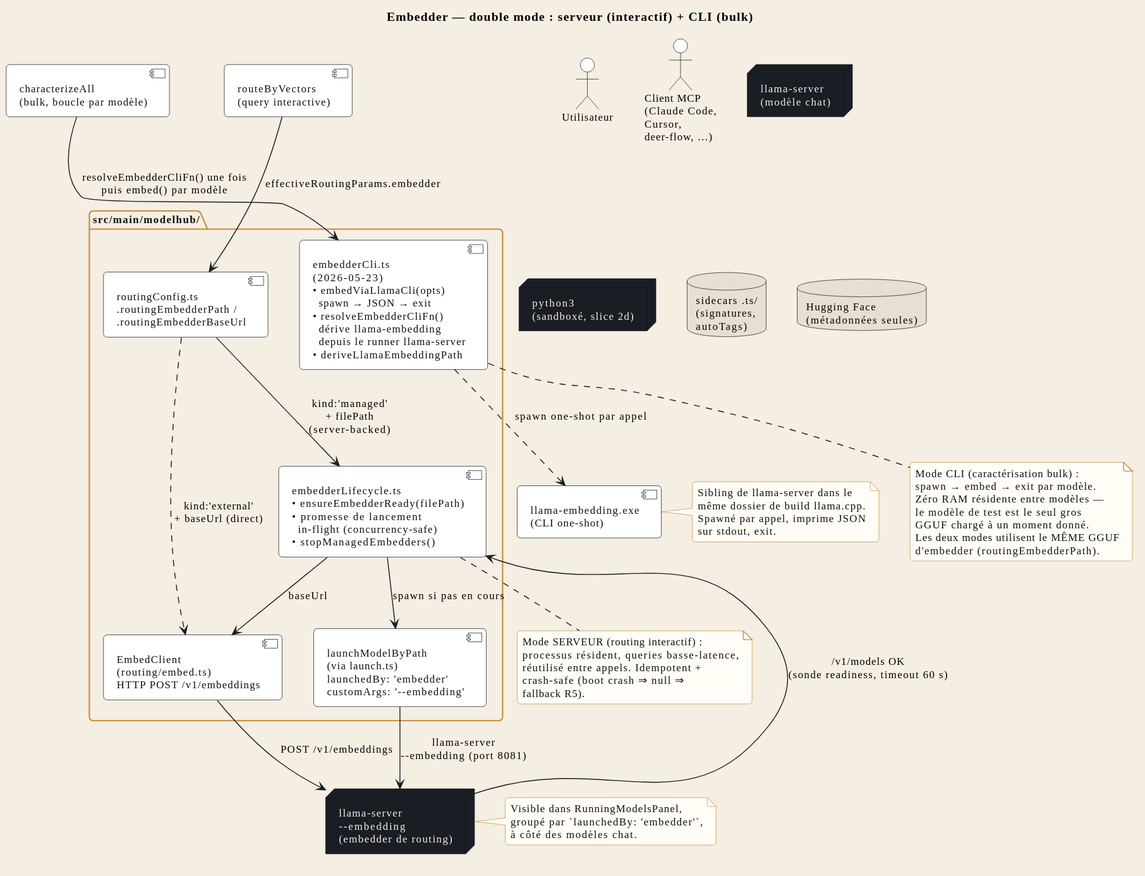
Above: docs/fr/svg/embedder.svg in Syphys/maestria (PlantUML), before the change.
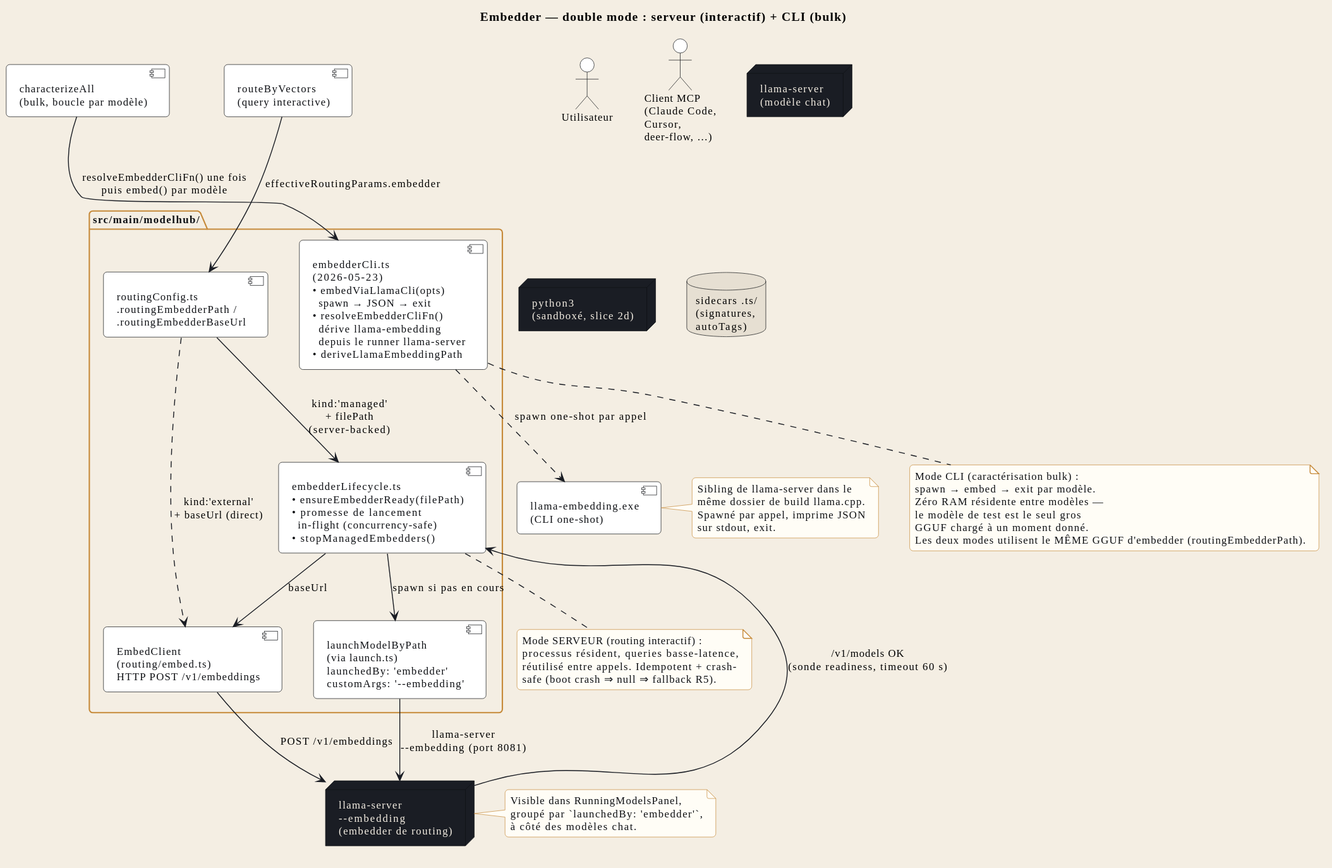
After the change.

The edit, as a diff of the source:
```diff
@@ -2,62 +2,60 @@
 !include ../_includes/style.iuml
 !include ../_includes/actors.iuml
 
-title Embedder — double mode : serveur (interactif) + CLI (bulk)
+title STR_EMBDIA_TITLE
 
 package "src/main/modelhub/" {
-  component "embedderLifecycle.ts\n• ensureEmbedderReady(filePath)\n• promesse de lancement\n  in-flight (concurrency-safe)\n• stopManagedEmbedders()" as EMBED_LC
-  component "embedderCli.ts\n(2026-05-23)\n• embedViaLlamaCli(opts)\n  spawn → JSON → exit\n• resolveEmbedderCliFn()\n  dérive llama-embedding\n  depuis le runner llama-server\n• deriveLlamaEmbeddingPath" as EMBED_CLI
+  component "STR_EMBDIA_EMBED_LC" as EMBED_LC
+  component "STR_EMBDIA_EMBED_CLI" as EMBED_CLI
   component "launchModelByPath\n(via launch.ts)\nlaunchedBy: 'embedder'\ncustomArgs: '--embedding'" as LAUNCH
   component "EmbedClient\n(routing/embed.ts)\nHTTP POST /v1/embeddings" as EMBED_CLIENT
   component "routingConfig.ts\n.routingEmbedderPath /\n.routingEmbedderBaseUrl" as RC
 }
 
-component "characterizeAll\n(bulk, boucle par modèle)" as CHAR_ALL
-component "routeByVectors\n(query interactive)" as ROUTE
+component "STR_EMBDIA_CHAR_ALL" as CHAR_ALL
+component "STR_EMBDIA_ROUTE" as ROUTE
 
-CHAR_ALL --> EMBED_CLI : resolveEmbedderCliFn() une fois\npuis embed() par modèle
+CHAR_ALL --> EMBED_CLI : STR_EMBDIA_REL_CHAR_EMB
 ROUTE --> RC : effectiveRoutingParams.embedder
 
 RC --> EMBED_LC : kind:'managed'\n+ filePath\n(server-backed)
 RC ..> EMBED_CLIENT : kind:'external'\n+ baseUrl (direct)
 
-EMBED_LC --> LAUNCH : spawn si pas en cours
+EMBED_LC --> LAUNCH : STR_EMBDIA_REL_SPAWN_IF
 LAUNCH --> LLAMA_EMBED : llama-server\n--embedding (port 8081)
-LLAMA_EMBED --> EMBED_LC : /v1/models OK\n(sonde readiness, timeout 60 s)
+LLAMA_EMBED --> EMBED_LC : STR_EMBDIA_REL_READY_PROBE
 EMBED_LC --> EMBED_CLIENT : baseUrl
 EMBED_CLIENT --> LLAMA_EMBED : POST /v1/embeddings
 
-component "llama-embedding.exe\n(CLI one-shot)" as LLAMA_EMBED_CLI
-EMBED_CLI ..> LLAMA_EMBED_CLI : spawn one-shot par appel
+component "STR_EMBDIA_LLAMA_CLI" as LLAMA_EMBED_CLI
+EMBED_CLI ..> LLAMA_EMBED_CLI : STR_EMBDIA_REL_SPAWN_ONESHOT
 
 note right of LLAMA_EMBED_CLI
-  Sibling de llama-server dans le
-  même dossier de build llama.cpp.
-  Spawné par appel, imprime JSON
-  sur stdout, exit.
+  STR_EMBDIA_NOTE_CLI_L1
+  STR_EMBDIA_NOTE_CLI_L2
+  STR_EMBDIA_NOTE_CLI_L3
+  STR_EMBDIA_NOTE_CLI_L4
 end note
 
 note bottom of EMBED_LC
-  Mode SERVEUR (routing interactif) :
-  processus résident, queries basse-latence,
-  réutilisé entre appels. Idempotent +
-  crash-safe (boot crash ⇒ null ⇒
-  fallback R5).
+  STR_EMBDIA_NOTE_LC_L1
+  STR_EMBDIA_NOTE_LC_L2
+  STR_EMBDIA_NOTE_LC_L3
+  STR_EMBDIA_NOTE_LC_L4
 end note
 
 note bottom of EMBED_CLI
-  Mode CLI (caractérisation bulk) :
-  spawn → embed → exit par modèle.
-  Zéro RAM résidente entre modèles —
-  le modèle de test est le seul gros
-  GGUF chargé à un moment donné.
-  Les deux modes utilisent le MÊME GGUF
-  d'embedder (routingEmbedderPath).
+  STR_EMBDIA_NOTE_CLI2_L1
+  STR_EMBDIA_NOTE_CLI2_L2
+  STR_EMBDIA_NOTE_CLI2_L3
+  STR_EMBDIA_NOTE_CLI2_L4
+  STR_EMBDIA_NOTE_CLI2_L5
+  STR_EMBDIA_NOTE_CLI2_L6
 end note
 
 note right of LLAMA_EMBED
-  Visible dans RunningModelsPanel,
-  groupé par `launchedBy: 'embedder'`,
-  à côté des modèles chat.
+  STR_EMBDIA_NOTE_LLAMA_L1
+  STR_EMBDIA_NOTE_LLAMA_L2
+  STR_EMBDIA_NOTE_LLAMA_L3
 end note
 @enduml
```
